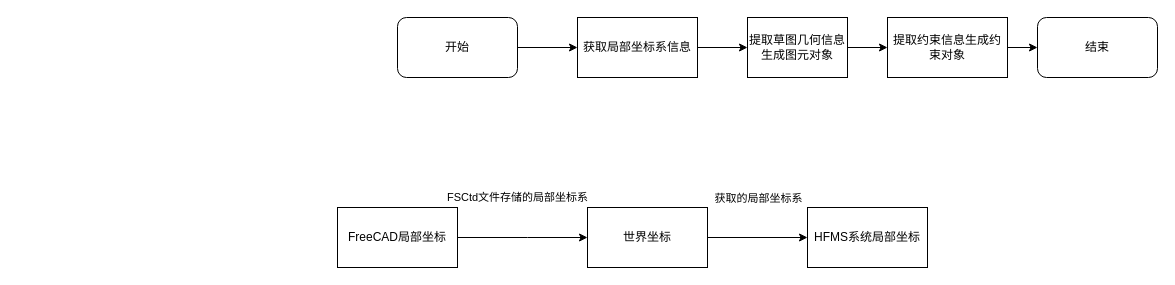
This is 草图特征提取.drawio from liuhuliuhu123/First-test, a draw.io file, before an edit. Source tidied: cells renumbered, new cells numbered last; positions are measured from the earlier drawing's top-left corner, leaving out a move shared by most shapes. Both pictures are drawn from the tidied source at 100%, with x=0, y=0 at pixel (337, 17).
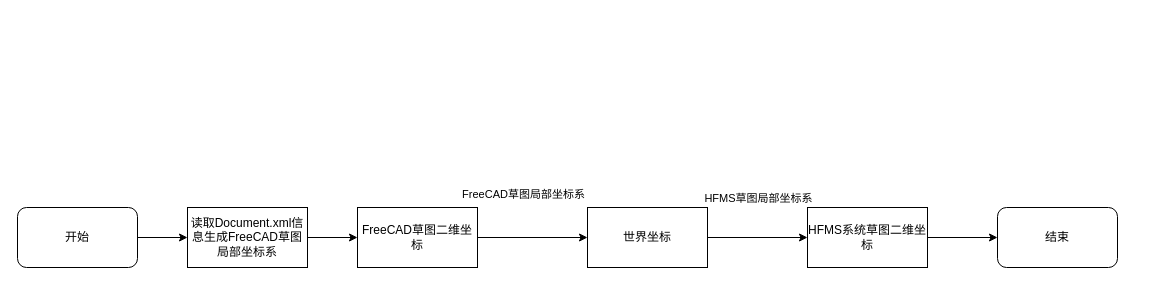
The same diagram, later.

Commit message:
更新草图特征提取.drawio

Diff of the diagram source:
```diff
@@
 <mxGraphModel>
   <root>
     <mxCell id="0" />
     <mxCell id="1" parent="0" />
-    <mxCell id="2" style="edgeStyle=orthogonalEdgeStyle;rounded=0;jettySize=auto;html=1;entryX=0;entryY=0.5;entryDx=0;entryDy=0;" parent="1" edge="1" source="3" target="5">
-      <mxGeometry relative="1" as="geometry" />
-    </mxCell>
-    <mxCell id="3" value="开始" style="rounded=1;whiteSpace=wrap;html=1;" parent="1" vertex="1">
-      <mxGeometry x="60" width="120" height="60" as="geometry" />
-    </mxCell>
-    <mxCell id="4" style="edgeStyle=orthogonalEdgeStyle;rounded=0;jettySize=auto;html=1;entryX=0;entryY=0.5;entryDx=0;entryDy=0;" parent="1" edge="1" source="5" target="7">
-      <mxGeometry relative="1" as="geometry" />
-    </mxCell>
-    <mxCell id="5" value="获取局部坐标系信息" style="rounded=0;whiteSpace=wrap;html=1;" parent="1" vertex="1">
-      <mxGeometry x="240" width="120" height="60" as="geometry" />
-    </mxCell>
-    <mxCell id="6" style="edgeStyle=orthogonalEdgeStyle;rounded=0;jettySize=auto;html=1;entryX=0;entryY=0.5;entryDx=0;entryDy=0;" parent="1" edge="1" source="7" target="9">
-      <mxGeometry relative="1" as="geometry" />
-    </mxCell>
-    <mxCell id="7" value="提取草图几何信息&lt;br&gt;生成图元对象" style="rounded=0;whiteSpace=wrap;html=1;" parent="1" vertex="1">
-      <mxGeometry x="410" width="100" height="60" as="geometry" />
-    </mxCell>
-    <mxCell id="8" style="edgeStyle=orthogonalEdgeStyle;rounded=0;jettySize=auto;html=1;entryX=0;entryY=0.5;entryDx=0;entryDy=0;" parent="1" edge="1" source="9" target="10">
-      <mxGeometry relative="1" as="geometry" />
-    </mxCell>
-    <mxCell id="9" value="提取约束信息生成约束对象" style="rounded=0;whiteSpace=wrap;html=1;" parent="1" vertex="1">
-      <mxGeometry x="550" width="120" height="60" as="geometry" />
-    </mxCell>
-    <mxCell id="10" value="结束" style="rounded=1;whiteSpace=wrap;html=1;" parent="1" vertex="1">
-      <mxGeometry x="700" width="120" height="60" as="geometry" />
-    </mxCell>
-    <mxCell id="11" value="FSCtd文件存储的局部坐标系" style="edgeStyle=orthogonalEdgeStyle;rounded=0;jettySize=auto;html=1;entryX=0;entryY=0.5;entryDx=0;entryDy=0;" parent="1" edge="1" source="12" target="15">
-      <mxGeometry x="-0.07" y="40" relative="1" as="geometry">
-        <Array as="points">
-          <mxPoint x="190" y="220" />
-          <mxPoint x="190" y="220" />
-        </Array>
-      </mxGeometry>
-    </mxCell>
+    <mxCell id="17" style="edgeStyle=orthogonalEdgeStyle;rounded=0;jettySize=auto;html=1;" parent="1" edge="1" source="12" target="21">
+      <mxGeometry relative="1" as="geometry" />
+    </mxCell>
-    <mxCell id="12" value="FreeCAD局部坐标" style="rounded=0;whiteSpace=wrap;html=1;" parent="1" vertex="1">
-      <mxGeometry y="190" width="120" height="60" as="geometry" />
+    <mxCell id="12" value="读取Document.xml信息生成FreeCAD草图局部坐标系" style="rounded=0;whiteSpace=wrap;html=1;" parent="1" vertex="1">
+      <mxGeometry x="-150" y="190" width="120" height="60" as="geometry" />
     </mxCell>
     <mxCell id="13" style="edgeStyle=orthogonalEdgeStyle;rounded=0;jettySize=auto;html=1;entryX=0;entryY=0.5;entryDx=0;entryDy=0;" parent="1" edge="1" source="15" target="16">
       <mxGeometry relative="1" as="geometry" />
     </mxCell>
-    <mxCell id="14" value="获取的局部坐标系" style="edgeLabel;html=1;align=center;verticalAlign=middle;" parent="13" vertex="1">
+    <mxCell id="14" value="HFMS草图局部坐标系" style="edgeLabel;html=1;align=center;verticalAlign=middle;" parent="13" vertex="1">
       <mxGeometry x="-0.28" y="1" relative="1" as="geometry">
         <mxPoint x="14" y="-39" as="offset" />
       </mxGeometry>
     </mxCell>
     <mxCell id="15" value="世界坐标" style="rounded=0;whiteSpace=wrap;html=1;" parent="1" vertex="1">
       <mxGeometry x="250" y="190" width="120" height="60" as="geometry" />
     </mxCell>
+    <mxCell id="18" style="edgeStyle=orthogonalEdgeStyle;rounded=0;jettySize=auto;html=1;entryX=0;entryY=0.5;entryDx=0;entryDy=0;" parent="1" edge="1" source="16" target="10">
+      <mxGeometry relative="1" as="geometry" />
+    </mxCell>
-    <mxCell id="16" value="HFMS系统局部坐标" style="rounded=0;whiteSpace=wrap;html=1;" parent="1" vertex="1">
+    <mxCell id="16" value="HFMS系统草图二维坐标" style="rounded=0;whiteSpace=wrap;html=1;" parent="1" vertex="1">
       <mxGeometry x="470" y="190" width="120" height="60" as="geometry" />
     </mxCell>
+    <mxCell id="19" style="edgeStyle=orthogonalEdgeStyle;rounded=0;jettySize=auto;html=1;entryX=0;entryY=0.5;entryDx=0;entryDy=0;" parent="1" edge="1" source="3" target="12">
+      <mxGeometry relative="1" as="geometry" />
+    </mxCell>
+    <mxCell id="3" value="开始" style="rounded=1;whiteSpace=wrap;html=1;" parent="1" vertex="1">
+      <mxGeometry x="-320" y="190" width="120" height="60" as="geometry" />
+    </mxCell>
+    <mxCell id="10" value="结束" style="rounded=1;whiteSpace=wrap;html=1;" parent="1" vertex="1">
+      <mxGeometry x="660" y="190" width="120" height="60" as="geometry" />
+    </mxCell>
+    <mxCell id="20" style="edgeStyle=orthogonalEdgeStyle;rounded=0;jettySize=auto;html=1;entryX=0;entryY=0.5;entryDx=0;entryDy=0;" parent="1" edge="1" source="21" target="15">
+      <mxGeometry relative="1" as="geometry" />
+    </mxCell>
+    <mxCell id="21" value="FreeCAD草图二维坐标" style="rounded=0;whiteSpace=wrap;html=1;" parent="1" vertex="1">
+      <mxGeometry x="20" y="190" width="120" height="60" as="geometry" />
+    </mxCell>
+    <mxCell id="22" value="FreeCAD草图局部坐标系" style="edgeLabel;html=1;align=center;verticalAlign=middle;" parent="1" vertex="1">
+      <mxGeometry x="200" y="180" as="geometry">
+        <mxPoint x="-15" y="-4" as="offset" />
+      </mxGeometry>
+    </mxCell>
   </root>
 </mxGraphModel>
```
